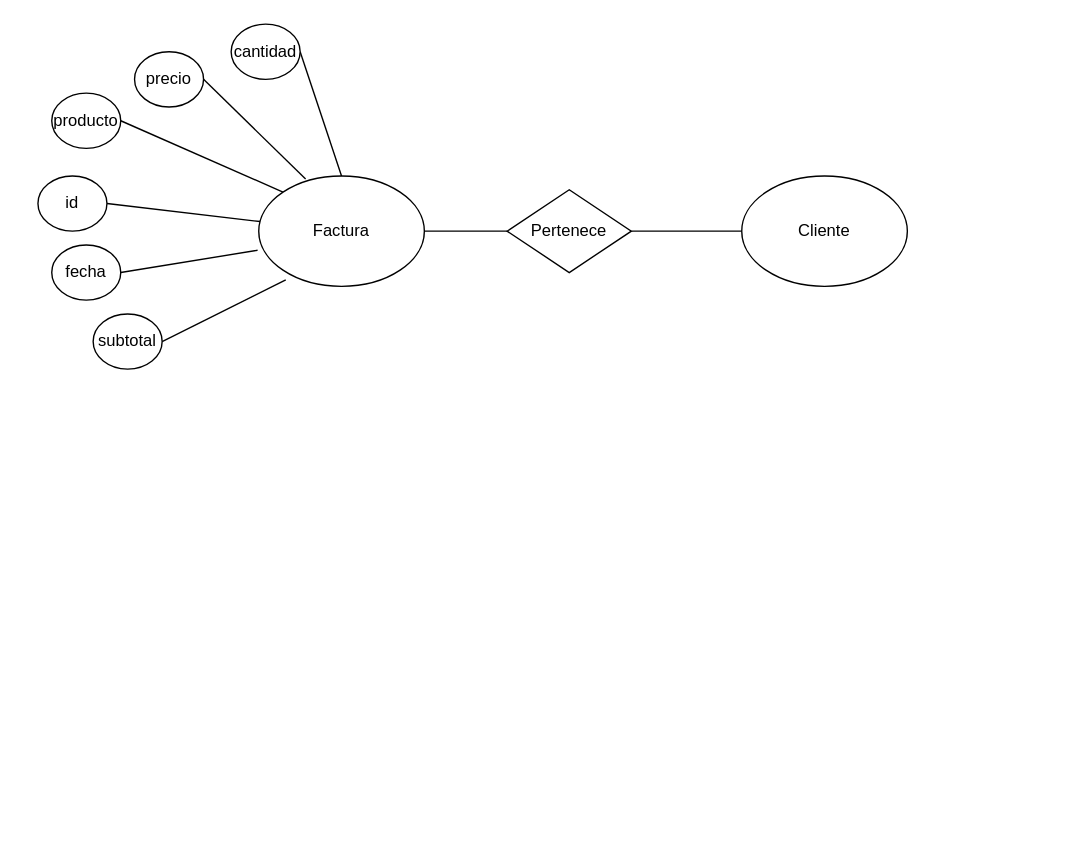
This is Untitled Diagram.drawio from latiscool/Tienda-Electronica---LTG, a draw.io file, before an edit. Source tidied: cells renumbered, new cells numbered last; positions are measured from the earlier drawing's top-left corner, leaving out a move shared by most shapes. Both pictures are drawn from the tidied source at 138%, with x=0, y=0 at pixel (37, 23).
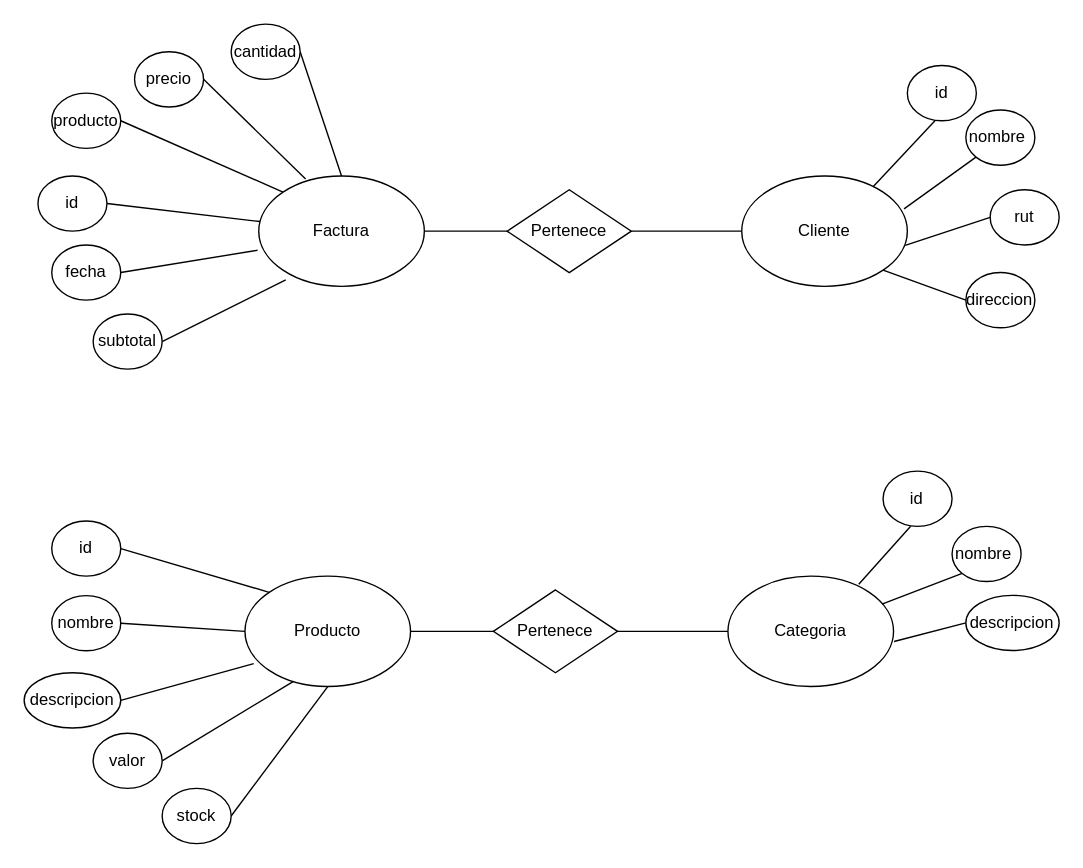
The same diagram, later.

Unchanged cells that the change refers to:
```xml
<mxCell id="19" value="Cliente" style="ellipse;whiteSpace=wrap;html=1;" parent="1" vertex="1">
  <mxGeometry x="510" y="110" width="120" height="80" as="geometry" />
</mxCell>
```

The edit, as a diff of the source:
```diff
@@
+    <mxCell id="20" style="endArrow=none;html=1;rounded=0;exitX=0.793;exitY=0.098;exitDx=0;exitDy=0;exitPerimeter=0;" parent="1" edge="1" source="19">
+      <mxGeometry relative="1" as="geometry">
+        <mxPoint x="650" y="70" as="targetPoint" />
+      </mxGeometry>
+    </mxCell>
+    <mxCell id="21" value="id" style="ellipse;whiteSpace=wrap;html=1;" parent="1" vertex="1">
+      <mxGeometry x="630" y="30" width="50" height="40" as="geometry" />
+    </mxCell>
+    <mxCell id="22" style="endArrow=none;html=1;rounded=0;exitX=0.98;exitY=0.298;exitDx=0;exitDy=0;exitPerimeter=0;entryX=0;entryY=1;entryDx=0;entryDy=0;" parent="1" edge="1" source="19" target="23">
+      <mxGeometry relative="1" as="geometry" />
+    </mxCell>
+    <mxCell id="23" value="nombre&amp;nbsp;" style="ellipse;whiteSpace=wrap;html=1;" parent="1" vertex="1">
+      <mxGeometry x="672.4" y="62.2" width="50" height="40" as="geometry" />
+    </mxCell>
+    <mxCell id="24" style="endArrow=none;html=1;rounded=0;exitX=0.987;exitY=0.628;exitDx=0;exitDy=0;exitPerimeter=0;entryX=0;entryY=0.5;entryDx=0;entryDy=0;" parent="1" edge="1" source="19" target="25">
+      <mxGeometry relative="1" as="geometry" />
+    </mxCell>
+    <mxCell id="25" value="rut" style="ellipse;whiteSpace=wrap;html=1;" parent="1" vertex="1">
+      <mxGeometry x="690" y="120" width="50" height="40" as="geometry" />
+    </mxCell>
+    <mxCell id="26" style="endArrow=none;html=1;rounded=0;exitX=1;exitY=1;exitDx=0;exitDy=0;entryX=0;entryY=0.5;entryDx=0;entryDy=0;" parent="1" edge="1" source="19" target="27">
+      <mxGeometry relative="1" as="geometry" />
+    </mxCell>
+    <mxCell id="27" value="direccion" style="ellipse;whiteSpace=wrap;html=1;" parent="1" vertex="1">
+      <mxGeometry x="672.4" y="180" width="50" height="40" as="geometry" />
+    </mxCell>
+    <mxCell id="28" value="Producto" style="ellipse;whiteSpace=wrap;html=1;" parent="1" vertex="1">
+      <mxGeometry x="150" y="400" width="120" height="80" as="geometry" />
+    </mxCell>
+    <mxCell id="29" style="endArrow=none;html=1;rounded=0;exitX=1;exitY=0.5;exitDx=0;exitDy=0;entryX=0;entryY=0;entryDx=0;entryDy=0;" parent="1" edge="1" source="30" target="28">
+      <mxGeometry relative="1" as="geometry" />
+    </mxCell>
+    <mxCell id="30" value="id" style="ellipse;whiteSpace=wrap;html=1;" parent="1" vertex="1">
+      <mxGeometry x="10" y="360" width="50" height="40" as="geometry" />
+    </mxCell>
+    <mxCell id="31" style="endArrow=none;html=1;rounded=0;exitX=1;exitY=0.5;exitDx=0;exitDy=0;entryX=0;entryY=0.5;entryDx=0;entryDy=0;" parent="1" edge="1" source="32" target="28">
+      <mxGeometry relative="1" as="geometry" />
+    </mxCell>
+    <mxCell id="32" value="nombre" style="ellipse;whiteSpace=wrap;html=1;" parent="1" vertex="1">
+      <mxGeometry x="10" y="414.1" width="50" height="40" as="geometry" />
+    </mxCell>
+    <mxCell id="33" style="endArrow=none;html=1;rounded=0;exitX=1;exitY=0.5;exitDx=0;exitDy=0;entryX=0.053;entryY=0.792;entryDx=0;entryDy=0;entryPerimeter=0;" parent="1" edge="1" source="34" target="28">
+      <mxGeometry relative="1" as="geometry" />
+    </mxCell>
+    <mxCell id="34" value="descripcion" style="ellipse;whiteSpace=wrap;html=1;" parent="1" vertex="1">
+      <mxGeometry x="-10" y="470" width="70" height="40" as="geometry" />
+    </mxCell>
+    <mxCell id="35" style="endArrow=none;html=1;rounded=0;exitX=1;exitY=0.5;exitDx=0;exitDy=0;entryX=0.293;entryY=0.953;entryDx=0;entryDy=0;entryPerimeter=0;" parent="1" edge="1" source="36" target="28">
+      <mxGeometry relative="1" as="geometry" />
+    </mxCell>
+    <mxCell id="36" value="valor" style="ellipse;whiteSpace=wrap;html=1;" parent="1" vertex="1">
+      <mxGeometry x="40" y="513.8" width="50" height="40" as="geometry" />
+    </mxCell>
+    <mxCell id="37" style="endArrow=none;html=1;rounded=0;exitX=1;exitY=0.5;exitDx=0;exitDy=0;entryX=0.5;entryY=1;entryDx=0;entryDy=0;" parent="1" edge="1" source="38" target="28">
+      <mxGeometry relative="1" as="geometry" />
+    </mxCell>
+    <mxCell id="38" value="stock" style="ellipse;whiteSpace=wrap;html=1;" parent="1" vertex="1">
+      <mxGeometry x="90" y="553.8" width="50" height="40" as="geometry" />
+    </mxCell>
+    <mxCell id="39" value="Pertenece" style="rhombus;whiteSpace=wrap;html=1;" parent="1" vertex="1">
+      <mxGeometry x="330" y="410" width="90" height="60" as="geometry" />
+    </mxCell>
+    <mxCell id="40" style="endArrow=none;html=1;rounded=0;exitX=1;exitY=0.5;exitDx=0;exitDy=0;entryX=0;entryY=0.5;entryDx=0;entryDy=0;" parent="1" edge="1" target="39">
+      <mxGeometry relative="1" as="geometry">
+        <mxPoint x="270" y="440" as="sourcePoint" />
+      </mxGeometry>
+    </mxCell>
+    <mxCell id="41" style="endArrow=none;html=1;rounded=0;entryX=1;entryY=0.5;entryDx=0;entryDy=0;" parent="1" edge="1" target="39">
+      <mxGeometry relative="1" as="geometry">
+        <mxPoint x="500" y="440" as="sourcePoint" />
+      </mxGeometry>
+    </mxCell>
+    <mxCell id="42" value="Categoria" style="ellipse;whiteSpace=wrap;html=1;" parent="1" vertex="1">
+      <mxGeometry x="500" y="400" width="120" height="80" as="geometry" />
+    </mxCell>
+    <mxCell id="43" style="endArrow=none;html=1;rounded=0;exitX=0.79;exitY=0.073;exitDx=0;exitDy=0;exitPerimeter=0;" parent="1" edge="1" source="42">
+      <mxGeometry relative="1" as="geometry">
+        <mxPoint x="632.4" y="363.9" as="targetPoint" />
+      </mxGeometry>
+    </mxCell>
+    <mxCell id="44" value="id" style="ellipse;whiteSpace=wrap;html=1;" parent="1" vertex="1">
+      <mxGeometry x="612.4" y="323.9" width="50" height="40" as="geometry" />
+    </mxCell>
+    <mxCell id="45" style="endArrow=none;html=1;rounded=0;exitX=0.93;exitY=0.253;exitDx=0;exitDy=0;exitPerimeter=0;entryX=0;entryY=1;entryDx=0;entryDy=0;" parent="1" edge="1" source="42" target="46">
+      <mxGeometry relative="1" as="geometry" />
+    </mxCell>
+    <mxCell id="46" value="nombre&amp;nbsp;" style="ellipse;whiteSpace=wrap;html=1;" parent="1" vertex="1">
+      <mxGeometry x="662.4" y="363.9" width="50" height="40" as="geometry" />
+    </mxCell>
+    <mxCell id="47" style="endArrow=none;html=1;rounded=0;entryX=0;entryY=0.5;entryDx=0;entryDy=0;exitX=1.003;exitY=0.592;exitDx=0;exitDy=0;exitPerimeter=0;" parent="1" edge="1" source="42" target="48">
+      <mxGeometry relative="1" as="geometry" />
+    </mxCell>
+    <mxCell id="48" value="descripcion" style="ellipse;whiteSpace=wrap;html=1;" parent="1" vertex="1">
+      <mxGeometry x="672.4" y="413.9" width="67.6" height="40" as="geometry" />
+    </mxCell>
```
